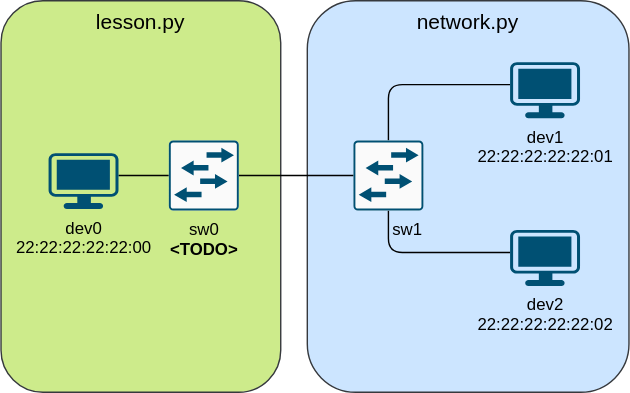
Earlier version of the draw.io export doc/lessons/lesson2_network.svg (gedney/netscool). Source tidied: cells renumbered, new cells last; positions are measured from the earlier drawing's top-left corner, leaving out a move shared by most shapes. The source it was exported from:
```xml
<mxGraphModel>
  <root>
    <mxCell id="0" />
    <mxCell id="1" parent="0" />
    <mxCell id="2" value="&lt;font style=&quot;font-size: 15px&quot;&gt;lesson.py&lt;/font&gt;" style="rounded=1;whiteSpace=wrap;html=1;verticalAlign=top;shadow=0;sketch=0;glass=0;fillColor=#cdeb8b;strokeColor=#36393d;" parent="1" vertex="1">
      <mxGeometry width="200" height="280" as="geometry" />
    </mxCell>
    <mxCell id="3" value="&lt;font style=&quot;font-size: 15px&quot;&gt;network.py&lt;/font&gt;" style="rounded=1;whiteSpace=wrap;html=1;verticalAlign=top;perimeterSpacing=0;fillColor=#cce5ff;strokeColor=#36393d;" parent="1" vertex="1">
      <mxGeometry x="219" width="230" height="280" as="geometry" />
    </mxCell>
    <mxCell id="4" style="edgeStyle=orthogonalEdgeStyle;rounded=0;jettySize=auto;html=1;entryX=1;entryY=0.4;entryDx=0;entryDy=0;entryPerimeter=0;endArrow=none;endFill=0;" parent="1" edge="1" source="6" target="10">
      <mxGeometry relative="1" as="geometry" />
    </mxCell>
    <mxCell id="5" style="edgeStyle=orthogonalEdgeStyle;rounded=0;jettySize=auto;html=1;entryX=0.2;entryY=0.5;entryDx=0;entryDy=0;entryPerimeter=0;endArrow=none;endFill=0;" parent="1" edge="1" source="6" target="9">
      <mxGeometry relative="1" as="geometry" />
    </mxCell>
    <mxCell id="6" value="&lt;div&gt;sw0&lt;/div&gt;&lt;div&gt;&lt;b&gt;&amp;lt;TODO&amp;gt;&lt;br&gt;&lt;/b&gt;&lt;/div&gt;" style="points=[[0.015,0.015,0],[0.985,0.015,0],[0.985,0.985,0],[0.015,0.985,0],[0.25,0,0],[0.5,0,0],[0.75,0,0],[1,0.25,0],[1,0.5,0],[1,0.75,0],[0.75,1,0],[0.5,1,0],[0.25,1,0],[0,0.75,0],[0,0.5,0],[0,0.25,0]];verticalLabelPosition=bottom;html=1;verticalAlign=top;align=center;shape=mxgraph.cisco19.rect;prIcon=l2_switch;fillColor=#FAFAFA;strokeColor=#005073;" parent="1" vertex="1">
      <mxGeometry x="120" y="100" width="50" height="50" as="geometry" />
    </mxCell>
    <mxCell id="7" style="edgeStyle=orthogonalEdgeStyle;rounded=1;jettySize=auto;html=1;exitX=0.5;exitY=1;exitDx=0;exitDy=0;exitPerimeter=0;entryX=0;entryY=0.4;entryDx=0;entryDy=0;entryPerimeter=0;endArrow=none;endFill=0;" parent="1" edge="1" source="9" target="12">
      <mxGeometry relative="1" as="geometry" />
    </mxCell>
    <mxCell id="8" style="edgeStyle=orthogonalEdgeStyle;jettySize=auto;html=1;exitX=0.5;exitY=0;exitDx=0;exitDy=0;exitPerimeter=0;entryX=0;entryY=0.4;entryDx=0;entryDy=0;entryPerimeter=0;endArrow=none;endFill=0;rounded=1;" parent="1" edge="1" source="9" target="11">
      <mxGeometry relative="1" as="geometry" />
    </mxCell>
    <mxCell id="9" value="&lt;div&gt;&lt;span style=&quot;white-space: pre&quot;&gt;&#9;&lt;/span&gt;sw1&lt;/div&gt;" style="points=[[0.015,0.015,0],[0.985,0.015,0],[0.985,0.985,0],[0.015,0.985,0],[0.25,0,0],[0.5,0,0],[0.75,0,0],[1,0.25,0],[1,0.5,0],[1,0.75,0],[0.75,1,0],[0.5,1,0],[0.25,1,0],[0,0.75,0],[0,0.5,0],[0,0.25,0]];verticalLabelPosition=bottom;html=1;verticalAlign=top;align=center;shape=mxgraph.cisco19.rect;prIcon=l2_switch;fillColor=#FAFAFA;strokeColor=#005073;labelBorderColor=none;" parent="1" vertex="1">
      <mxGeometry x="252" y="100" width="50" height="50" as="geometry" />
    </mxCell>
    <mxCell id="10" value="&lt;div&gt;dev0&lt;/div&gt;&lt;div&gt;22:22:22:22:22:00&lt;/div&gt;" style="points=[[0.03,0.03,0],[0.5,0,0],[0.97,0.03,0],[1,0.4,0],[0.97,0.745,0],[0.5,1,0],[0.03,0.745,0],[0,0.4,0]];verticalLabelPosition=bottom;html=1;verticalAlign=top;align=center;shape=mxgraph.cisco19.workstation;fillColor=#005073;strokeColor=none;" parent="1" vertex="1">
      <mxGeometry x="34" y="109" width="50" height="40" as="geometry" />
    </mxCell>
    <mxCell id="11" value="&lt;div&gt;dev1&lt;/div&gt;&lt;div&gt;22:22:22:22:22:01&lt;br&gt;&lt;/div&gt;" style="points=[[0.03,0.03,0],[0.5,0,0],[0.97,0.03,0],[1,0.4,0],[0.97,0.745,0],[0.5,1,0],[0.03,0.745,0],[0,0.4,0]];verticalLabelPosition=bottom;html=1;verticalAlign=top;align=center;shape=mxgraph.cisco19.workstation;fillColor=#005073;strokeColor=none;" parent="1" vertex="1">
      <mxGeometry x="364" y="44" width="50" height="40" as="geometry" />
    </mxCell>
    <mxCell id="12" value="&lt;div&gt;dev2&lt;/div&gt;&lt;div&gt;22:22:22:22:22:02&lt;br&gt;&lt;/div&gt;" style="points=[[0.03,0.03,0],[0.5,0,0],[0.97,0.03,0],[1,0.4,0],[0.97,0.745,0],[0.5,1,0],[0.03,0.745,0],[0,0.4,0]];verticalLabelPosition=bottom;html=1;verticalAlign=top;align=center;shape=mxgraph.cisco19.workstation;fillColor=#005073;strokeColor=none;" parent="1" vertex="1">
      <mxGeometry x="364" y="164" width="50" height="40" as="geometry" />
    </mxCell>
  </root>
</mxGraphModel>
```
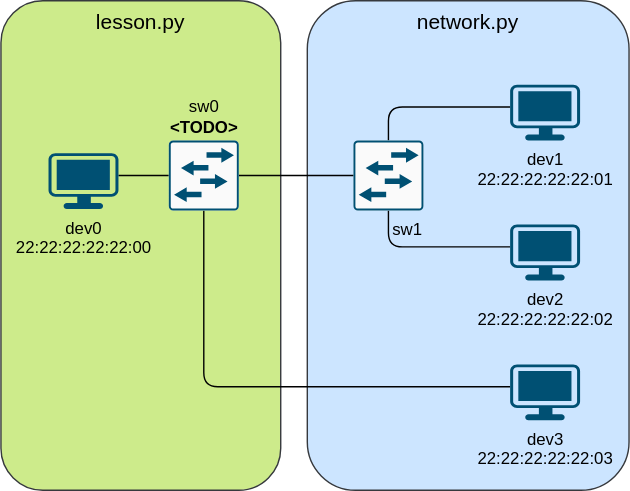
Above is the later version.

Diff of the diagram source:
```diff
@@ -3,10 +3,10 @@
     <mxCell id="0" />
     <mxCell id="1" parent="0" />
     <mxCell id="2" value="&lt;font style=&quot;font-size: 15px&quot;&gt;lesson.py&lt;/font&gt;" style="rounded=1;whiteSpace=wrap;html=1;verticalAlign=top;shadow=0;sketch=0;glass=0;fillColor=#cdeb8b;strokeColor=#36393d;" parent="1" vertex="1">
-      <mxGeometry width="200" height="280" as="geometry" />
+      <mxGeometry width="200" height="350" as="geometry" />
     </mxCell>
     <mxCell id="3" value="&lt;font style=&quot;font-size: 15px&quot;&gt;network.py&lt;/font&gt;" style="rounded=1;whiteSpace=wrap;html=1;verticalAlign=top;perimeterSpacing=0;fillColor=#cce5ff;strokeColor=#36393d;" parent="1" vertex="1">
-      <mxGeometry x="219" width="230" height="280" as="geometry" />
+      <mxGeometry x="219" width="230" height="350" as="geometry" />
     </mxCell>
     <mxCell id="4" style="edgeStyle=orthogonalEdgeStyle;rounded=0;jettySize=auto;html=1;entryX=1;entryY=0.4;entryDx=0;entryDy=0;entryPerimeter=0;endArrow=none;endFill=0;" parent="1" edge="1" source="6" target="10">
       <mxGeometry relative="1" as="geometry" />
@@ -14,7 +14,14 @@
     <mxCell id="5" style="edgeStyle=orthogonalEdgeStyle;rounded=0;jettySize=auto;html=1;entryX=0.2;entryY=0.5;entryDx=0;entryDy=0;entryPerimeter=0;endArrow=none;endFill=0;" parent="1" edge="1" source="6" target="9">
       <mxGeometry relative="1" as="geometry" />
     </mxCell>
+    <mxCell id="13" style="edgeStyle=orthogonalEdgeStyle;rounded=1;jettySize=auto;html=1;entryX=0;entryY=0.4;entryDx=0;entryDy=0;entryPerimeter=0;endArrow=none;endFill=0;" parent="1" edge="1" source="6" target="14">
+      <mxGeometry relative="1" as="geometry">
+        <Array as="points">
+          <mxPoint x="145" y="276" />
+        </Array>
+      </mxGeometry>
+    </mxCell>
-    <mxCell id="6" value="&lt;div&gt;sw0&lt;/div&gt;&lt;div&gt;&lt;b&gt;&amp;lt;TODO&amp;gt;&lt;br&gt;&lt;/b&gt;&lt;/div&gt;" style="points=[[0.015,0.015,0],[0.985,0.015,0],[0.985,0.985,0],[0.015,0.985,0],[0.25,0,0],[0.5,0,0],[0.75,0,0],[1,0.25,0],[1,0.5,0],[1,0.75,0],[0.75,1,0],[0.5,1,0],[0.25,1,0],[0,0.75,0],[0,0.5,0],[0,0.25,0]];verticalLabelPosition=bottom;html=1;verticalAlign=top;align=center;shape=mxgraph.cisco19.rect;prIcon=l2_switch;fillColor=#FAFAFA;strokeColor=#005073;" parent="1" vertex="1">
+    <mxCell id="6" value="&lt;div&gt;sw0&lt;/div&gt;&lt;div&gt;&lt;b&gt;&amp;lt;TODO&amp;gt;&lt;br&gt;&lt;/b&gt;&lt;/div&gt;" style="points=[[0.015,0.015,0],[0.985,0.015,0],[0.985,0.985,0],[0.015,0.985,0],[0.25,0,0],[0.5,0,0],[0.75,0,0],[1,0.25,0],[1,0.5,0],[1,0.75,0],[0.75,1,0],[0.5,1,0],[0.25,1,0],[0,0.75,0],[0,0.5,0],[0,0.25,0]];verticalLabelPosition=top;html=1;verticalAlign=bottom;align=center;shape=mxgraph.cisco19.rect;prIcon=l2_switch;fillColor=#FAFAFA;strokeColor=#005073;labelPosition=center;" parent="1" vertex="1">
       <mxGeometry x="120" y="100" width="50" height="50" as="geometry" />
     </mxCell>
     <mxCell id="7" style="edgeStyle=orthogonalEdgeStyle;rounded=1;jettySize=auto;html=1;exitX=0.5;exitY=1;exitDx=0;exitDy=0;exitPerimeter=0;entryX=0;entryY=0.4;entryDx=0;entryDy=0;entryPerimeter=0;endArrow=none;endFill=0;" parent="1" edge="1" source="9" target="12">
@@ -30,10 +37,13 @@
       <mxGeometry x="34" y="109" width="50" height="40" as="geometry" />
     </mxCell>
     <mxCell id="11" value="&lt;div&gt;dev1&lt;/div&gt;&lt;div&gt;22:22:22:22:22:01&lt;br&gt;&lt;/div&gt;" style="points=[[0.03,0.03,0],[0.5,0,0],[0.97,0.03,0],[1,0.4,0],[0.97,0.745,0],[0.5,1,0],[0.03,0.745,0],[0,0.4,0]];verticalLabelPosition=bottom;html=1;verticalAlign=top;align=center;shape=mxgraph.cisco19.workstation;fillColor=#005073;strokeColor=none;" parent="1" vertex="1">
-      <mxGeometry x="364" y="44" width="50" height="40" as="geometry" />
+      <mxGeometry x="364" y="60" width="50" height="40" as="geometry" />
     </mxCell>
     <mxCell id="12" value="&lt;div&gt;dev2&lt;/div&gt;&lt;div&gt;22:22:22:22:22:02&lt;br&gt;&lt;/div&gt;" style="points=[[0.03,0.03,0],[0.5,0,0],[0.97,0.03,0],[1,0.4,0],[0.97,0.745,0],[0.5,1,0],[0.03,0.745,0],[0,0.4,0]];verticalLabelPosition=bottom;html=1;verticalAlign=top;align=center;shape=mxgraph.cisco19.workstation;fillColor=#005073;strokeColor=none;" parent="1" vertex="1">
-      <mxGeometry x="364" y="164" width="50" height="40" as="geometry" />
+      <mxGeometry x="364" y="160" width="50" height="40" as="geometry" />
     </mxCell>
+    <mxCell id="14" value="&lt;div&gt;dev3&lt;/div&gt;&lt;div&gt;22:22:22:22:22:03&lt;/div&gt;" style="points=[[0.03,0.03,0],[0.5,0,0],[0.97,0.03,0],[1,0.4,0],[0.97,0.745,0],[0.5,1,0],[0.03,0.745,0],[0,0.4,0]];verticalLabelPosition=bottom;html=1;verticalAlign=top;align=center;shape=mxgraph.cisco19.workstation;fillColor=#005073;strokeColor=none;" parent="1" vertex="1">
+      <mxGeometry x="364" y="260" width="50" height="40" as="geometry" />
+    </mxCell>
   </root>
 </mxGraphModel>
```
